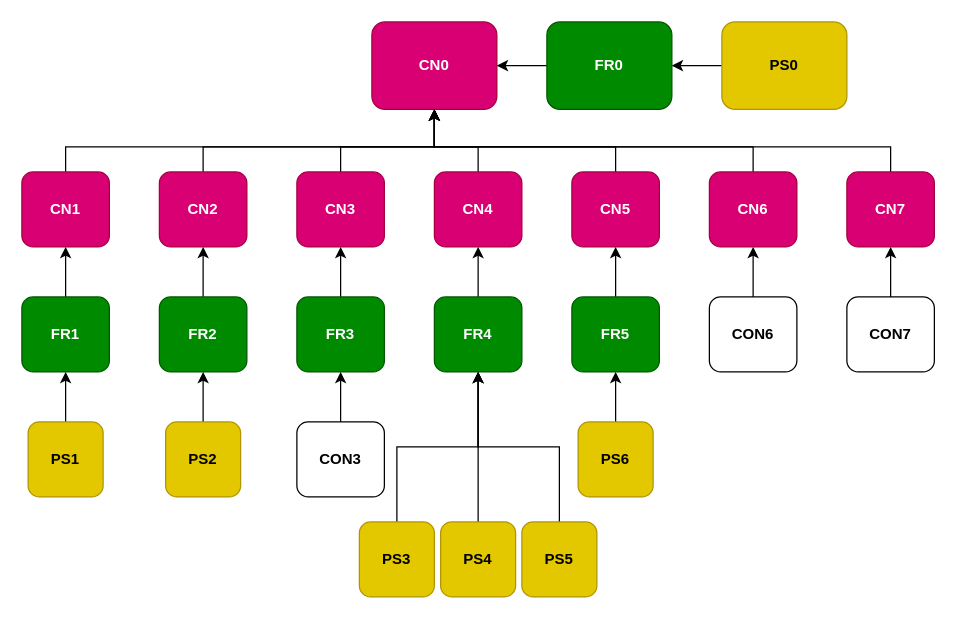
Above: page "PS (Week6)" (3 of 6) of Untitled Diagram.drawio in asdismilla/FlowChart (draw.io), before the change. Source tidied: cells renumbered, new cells numbered last; positions are measured from the earlier drawing's top-left corner, leaving out a move shared by most shapes. Both pictures are drawn from the tidied source at 125%, with x=0, y=0 at pixel (21, 21).
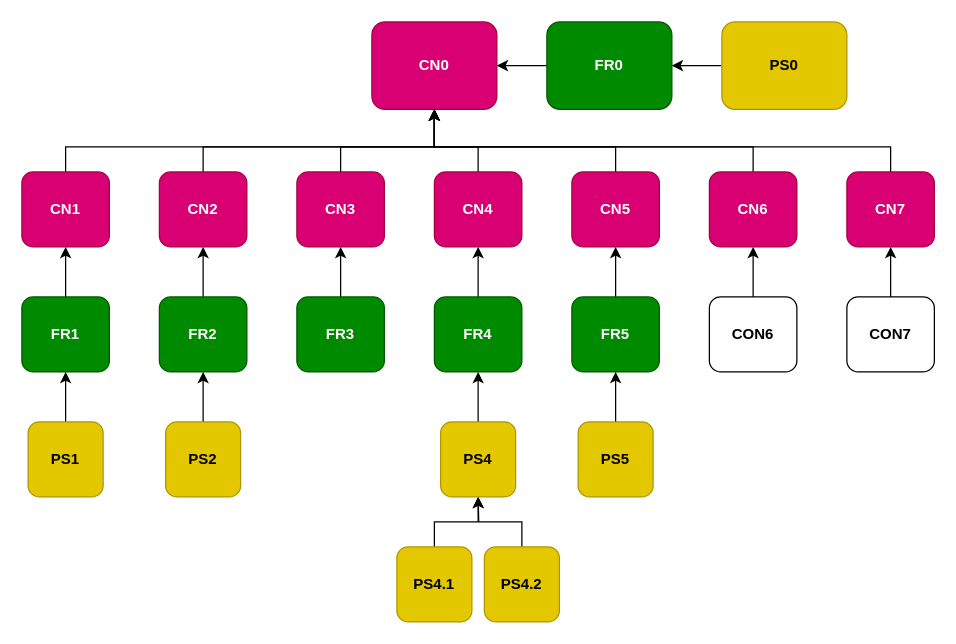
After the change.

The change refers to these unchanged cells:
```xml
<mxCell id="20" value="&lt;b&gt;FR4&lt;/b&gt;" style="rounded=1;whiteSpace=wrap;html=1;fillColor=#008a00;fontColor=#ffffff;strokeColor=#005700;" parent="1" vertex="1">
  <mxGeometry x="330" y="220" width="70" height="60" as="geometry" />
</mxCell>
<mxCell id="22" value="&lt;b&gt;FR3&lt;/b&gt;" style="rounded=1;whiteSpace=wrap;html=1;fillColor=#008a00;fontColor=#ffffff;strokeColor=#005700;" parent="1" vertex="1">
  <mxGeometry x="220" y="220" width="70" height="60" as="geometry" />
</mxCell>
```

The edit, as a diff of the source:
```diff
@@
-    <mxCell id="31" style="edgeStyle=orthogonalEdgeStyle;rounded=0;jettySize=auto;html=1;entryX=0.5;entryY=1;entryDx=0;entryDy=0;" parent="1" edge="1" source="32" target="20">
-      <mxGeometry relative="1" as="geometry" />
-    </mxCell>
+    <mxCell id="49" style="edgeStyle=orthogonalEdgeStyle;rounded=0;jettySize=auto;html=1;exitX=0.5;exitY=0;exitDx=0;exitDy=0;entryX=0.5;entryY=1;entryDx=0;entryDy=0;" parent="1" edge="1" source="32" target="52">
+      <mxGeometry relative="1" as="geometry" />
+    </mxCell>
-    <mxCell id="32" value="&lt;b&gt;PS3&lt;/b&gt;" style="rounded=1;whiteSpace=wrap;html=1;fillColor=#e3c800;fontColor=#000000;strokeColor=#B09500;" parent="1" vertex="1">
-      <mxGeometry x="270" y="400" width="60" height="60" as="geometry" />
+    <mxCell id="32" value="&lt;b&gt;PS4.1&lt;/b&gt;" style="rounded=1;whiteSpace=wrap;html=1;fillColor=#e3c800;fontColor=#000000;strokeColor=#B09500;" parent="1" vertex="1">
+      <mxGeometry x="300" y="420" width="60" height="60" as="geometry" />
     </mxCell>
@@
-    <mxCell id="37" style="edgeStyle=orthogonalEdgeStyle;rounded=0;jettySize=auto;html=1;entryX=0.5;entryY=1;entryDx=0;entryDy=0;" parent="1" edge="1" source="38" target="20">
-      <mxGeometry relative="1" as="geometry" />
-    </mxCell>
+    <mxCell id="50" style="edgeStyle=orthogonalEdgeStyle;rounded=0;jettySize=auto;html=1;exitX=0.5;exitY=0;exitDx=0;exitDy=0;" parent="1" edge="1" source="38">
+      <mxGeometry relative="1" as="geometry">
+        <mxPoint x="365" y="380" as="targetPoint" />
+      </mxGeometry>
+    </mxCell>
-    <mxCell id="38" value="&lt;b&gt;PS4&lt;/b&gt;" style="rounded=1;whiteSpace=wrap;html=1;fillColor=#e3c800;fontColor=#000000;strokeColor=#B09500;" parent="1" vertex="1">
-      <mxGeometry x="335" y="400" width="60" height="60" as="geometry" />
+    <mxCell id="38" value="&lt;b&gt;PS4.2&lt;/b&gt;" style="rounded=1;whiteSpace=wrap;html=1;fillColor=#e3c800;fontColor=#000000;strokeColor=#B09500;" parent="1" vertex="1">
+      <mxGeometry x="370" y="420" width="60" height="60" as="geometry" />
     </mxCell>
-    <mxCell id="39" style="edgeStyle=orthogonalEdgeStyle;rounded=0;jettySize=auto;html=1;exitX=0.5;exitY=0;exitDx=0;exitDy=0;entryX=0.5;entryY=1;entryDx=0;entryDy=0;" parent="1" edge="1" source="40" target="20">
-      <mxGeometry relative="1" as="geometry" />
-    </mxCell>
-    <mxCell id="40" value="&lt;b&gt;PS5&lt;/b&gt;" style="rounded=1;whiteSpace=wrap;html=1;fillColor=#e3c800;fontColor=#000000;strokeColor=#B09500;" parent="1" vertex="1">
-      <mxGeometry x="400" y="400" width="60" height="60" as="geometry" />
-    </mxCell>
@@
-    <mxCell id="42" value="&lt;b&gt;PS6&lt;/b&gt;" style="rounded=1;whiteSpace=wrap;html=1;fillColor=#e3c800;fontColor=#000000;strokeColor=#B09500;" parent="1" vertex="1">
+    <mxCell id="42" value="&lt;b&gt;PS5&lt;/b&gt;" style="rounded=1;whiteSpace=wrap;html=1;fillColor=#e3c800;fontColor=#000000;strokeColor=#B09500;" parent="1" vertex="1">
       <mxGeometry x="445" y="320" width="60" height="60" as="geometry" />
     </mxCell>
@@
-    <mxCell id="47" style="edgeStyle=orthogonalEdgeStyle;rounded=0;jettySize=auto;html=1;entryX=0.5;entryY=1;entryDx=0;entryDy=0;" parent="1" edge="1" source="48" target="22">
-      <mxGeometry relative="1" as="geometry" />
-    </mxCell>
-    <mxCell id="48" value="&lt;b&gt;CON3&lt;/b&gt;" style="rounded=1;whiteSpace=wrap;html=1;" parent="1" vertex="1">
-      <mxGeometry x="220" y="320" width="70" height="60" as="geometry" />
-    </mxCell>
+    <mxCell id="51" style="edgeStyle=orthogonalEdgeStyle;rounded=0;jettySize=auto;html=1;entryX=0.5;entryY=1;entryDx=0;entryDy=0;" parent="1" edge="1" source="52" target="20">
+      <mxGeometry relative="1" as="geometry" />
+    </mxCell>
+    <mxCell id="52" value="&lt;b&gt;PS4&lt;/b&gt;" style="rounded=1;whiteSpace=wrap;html=1;fillColor=#e3c800;fontColor=#000000;strokeColor=#B09500;" parent="1" vertex="1">
+      <mxGeometry x="335" y="320" width="60" height="60" as="geometry" />
+    </mxCell>
```
